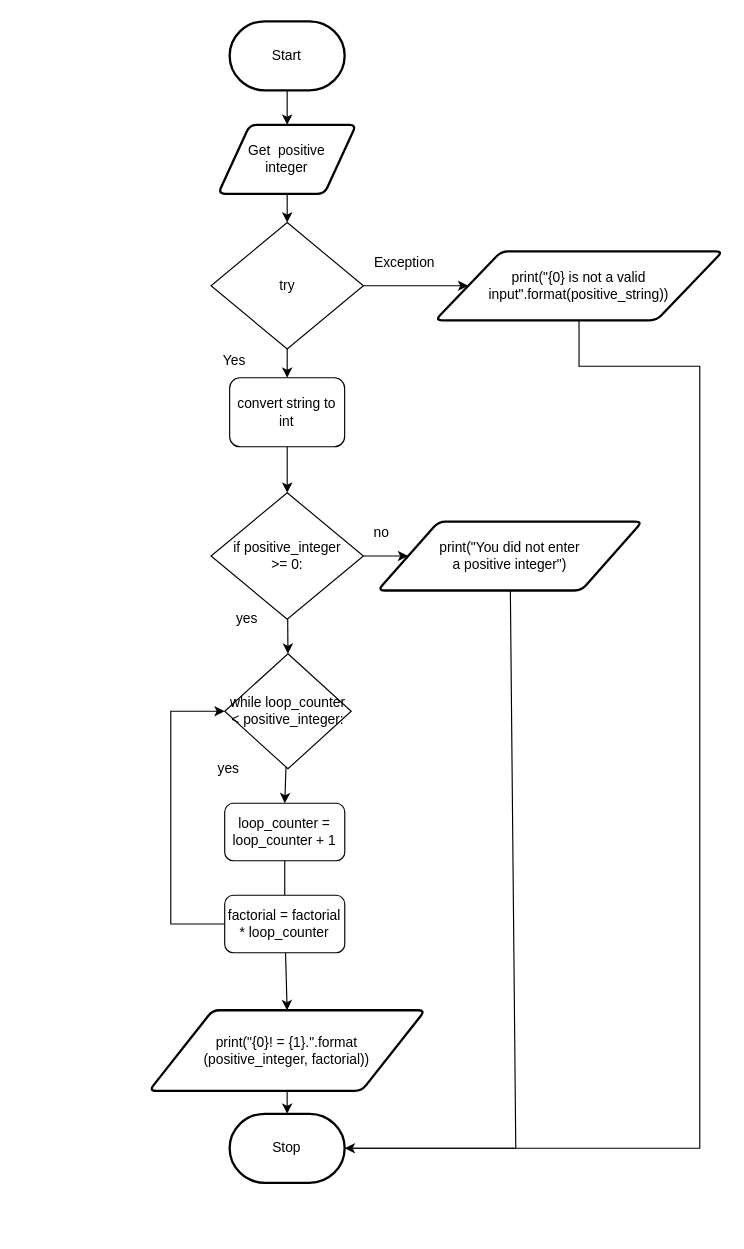
Earlier version of the draw.io diagram design/flowchart.drawio (Emmanuel-Fofeyin/ICS3U-Unit4-03-Python). Source tidied: cells renumbered, new cells numbered last; positions are measured from the earlier drawing's top-left corner, leaving out a move shared by most shapes. Both pictures are drawn from the tidied source at 115%, with x=0, y=0 at pixel (148, 21).
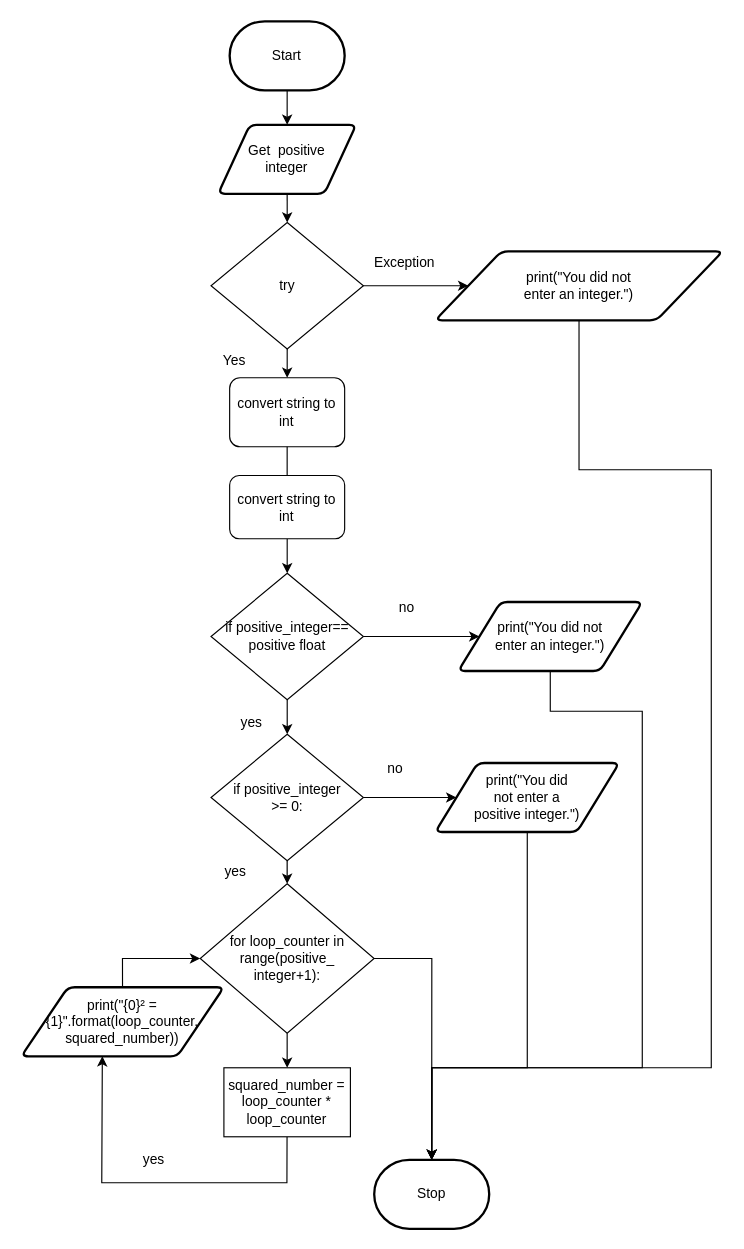
The same page after the edit.

Commit message (it also covers changes not shown here):
flow chart complete

Unchanged cells that the change refers to:
```xml
<mxCell id="12" value="convert string to int" style="rounded=1;whiteSpace=wrap;html=1;" parent="1" vertex="1">
  <mxGeometry x="70.2" y="310" width="100" height="60" as="geometry" />
</mxCell>
```

What changed in the source:
```diff
@@
     <mxCell id="10" value="Stop" style="strokeWidth=2;html=1;shape=mxgraph.flowchart.terminator;whiteSpace=wrap;" parent="1" vertex="1">
-      <mxGeometry x="70.2" y="950" width="100" height="60" as="geometry" />
+      <mxGeometry x="195.9" y="990" width="100" height="60" as="geometry" />
     </mxCell>
-    <mxCell id="11" style="edgeStyle=none;rounded=0;html=1;entryX=0.5;entryY=0;entryDx=0;entryDy=0;" parent="1" edge="1" source="12" target="17">
-      <mxGeometry relative="1" as="geometry" />
-    </mxCell>
@@
+    <mxCell id="33" style="edgeStyle=none;rounded=0;html=1;entryX=0.5;entryY=0;entryDx=0;entryDy=0;entryPerimeter=0;" parent="1" edge="1" source="14" target="10">
+      <mxGeometry relative="1" as="geometry">
+        <Array as="points">
+          <mxPoint x="374" y="340" />
+          <mxPoint x="374" y="390" />
+          <mxPoint x="489" y="390" />
+          <mxPoint x="489" y="910" />
+          <mxPoint x="246" y="910" />
+        </Array>
+      </mxGeometry>
+    </mxCell>
-    <mxCell id="14" value="print(&quot;{0} is not a valid input&quot;.format(positive_string))" style="shape=parallelogram;html=1;strokeWidth=2;perimeter=parallelogramPerimeter;whiteSpace=wrap;rounded=1;arcSize=12;size=0.23;" parent="1" vertex="1">
+    <mxCell id="14" value="print(&quot;You did not &lt;br&gt;enter an integer.&quot;)" style="shape=parallelogram;html=1;strokeWidth=2;perimeter=parallelogramPerimeter;whiteSpace=wrap;rounded=1;arcSize=12;size=0.23;" parent="1" vertex="1">
       <mxGeometry x="249" y="200" width="250" height="60" as="geometry" />
     </mxCell>
-    <mxCell id="15" style="edgeStyle=none;html=1;entryX=0;entryY=0.5;entryDx=0;entryDy=0;" parent="1" edge="1" source="17" target="20">
-      <mxGeometry relative="1" as="geometry" />
-    </mxCell>
@@
+    <mxCell id="34" style="edgeStyle=none;rounded=0;html=1;entryX=0;entryY=0.5;entryDx=0;entryDy=0;" parent="1" edge="1" source="17" target="51">
+      <mxGeometry relative="1" as="geometry" />
+    </mxCell>
     <mxCell id="17" value="if positive_integer &lt;br&gt;&amp;gt;= 0:" style="rhombus;whiteSpace=wrap;html=1;" parent="1" vertex="1">
-      <mxGeometry x="54" y="410" width="132.5" height="110" as="geometry" />
+      <mxGeometry x="54" y="620" width="132.5" height="110" as="geometry" />
     </mxCell>
     <mxCell id="18" value="no" style="text;html=1;align=center;verticalAlign=middle;strokeColor=none;fillColor=none;" parent="1" vertex="1">
-      <mxGeometry x="186.5" y="435" width="30" height="20" as="geometry" />
+      <mxGeometry x="209" y="500" width="30" height="20" as="geometry" />
     </mxCell>
-    <mxCell id="19" style="edgeStyle=none;rounded=0;html=1;entryX=1;entryY=0.5;entryDx=0;entryDy=0;entryPerimeter=0;" parent="1" edge="1" source="20" target="10">
-      <mxGeometry relative="1" as="geometry">
-        <Array as="points">
-          <mxPoint x="319" y="980" />
-        </Array>
-      </mxGeometry>
-    </mxCell>
-    <mxCell id="20" value="print(&quot;You did not enter &lt;br&gt;a positive integer&quot;)" style="shape=parallelogram;html=1;strokeWidth=2;perimeter=parallelogramPerimeter;whiteSpace=wrap;rounded=1;arcSize=12;size=0.23;" parent="1" vertex="1">
-      <mxGeometry x="199" y="435" width="230" height="60" as="geometry" />
-    </mxCell>
-    <mxCell id="21" value="loop_counter = loop_counter + 1" style="rounded=1;whiteSpace=wrap;html=1;" parent="1" vertex="1">
-      <mxGeometry x="65.9" y="680" width="104.4" height="50" as="geometry" />
-    </mxCell>
-    <mxCell id="22" value="yes" style="text;html=1;align=center;verticalAlign=middle;strokeColor=none;fillColor=none;" parent="1" vertex="1">
-      <mxGeometry x="70.2" y="510" width="30" height="20" as="geometry" />
-    </mxCell>
-    <mxCell id="23" style="endArrow=none;html=1;exitX=0.5;exitY=1;exitDx=0;exitDy=0;entryX=0.5;entryY=0;entryDx=0;entryDy=0;" parent="1" edge="1" source="21" target="26">
-      <mxGeometry relative="1" as="geometry" />
-    </mxCell>
-    <mxCell id="24" style="edgeStyle=none;rounded=0;html=1;entryX=0.5;entryY=0;entryDx=0;entryDy=0;" parent="1" edge="1" source="26" target="28">
-      <mxGeometry relative="1" as="geometry" />
-    </mxCell>
+    <mxCell id="35" style="edgeStyle=none;html=1;entryX=0.5;entryY=0;entryDx=0;entryDy=0;" parent="1" edge="1" source="31" target="44">
+      <mxGeometry relative="1" as="geometry" />
+    </mxCell>
+    <mxCell id="36" style="edgeStyle=none;rounded=0;html=1;entryX=0.5;entryY=0;entryDx=0;entryDy=0;entryPerimeter=0;" parent="1" edge="1" source="31" target="10">
+      <mxGeometry relative="1" as="geometry">
+        <Array as="points">
+          <mxPoint x="246" y="815" />
+        </Array>
+      </mxGeometry>
+    </mxCell>
+    <mxCell id="31" value="for loop_counter in range(positive_&lt;br&gt;integer+1):" style="rhombus;whiteSpace=wrap;html=1;" parent="1" vertex="1">
+      <mxGeometry x="44.6" y="750" width="151.2" height="130" as="geometry" />
+    </mxCell>
+    <mxCell id="37" style="edgeStyle=none;html=1;entryX=0.5;entryY=0;entryDx=0;entryDy=0;" parent="1" edge="1" source="25" target="40">
+      <mxGeometry relative="1" as="geometry" />
+    </mxCell>
-    <mxCell id="25" style="edgeStyle=none;html=1;entryX=0;entryY=0.5;entryDx=0;entryDy=0;rounded=0;" parent="1" edge="1" source="26" target="31">
-      <mxGeometry relative="1" as="geometry">
-        <Array as="points">
-          <mxPoint x="19" y="785" />
-          <mxPoint x="19" y="600" />
-        </Array>
-      </mxGeometry>
+    <mxCell id="25" value="convert string to int" style="rounded=1;whiteSpace=wrap;html=1;" parent="1" vertex="1">
+      <mxGeometry x="70.2" y="395" width="100" height="55" as="geometry" />
     </mxCell>
-    <mxCell id="26" value="&lt;span&gt;factorial = factorial * loop_counter&lt;/span&gt;" style="rounded=1;whiteSpace=wrap;html=1;" parent="1" vertex="1">
-      <mxGeometry x="65.9" y="760" width="104.4" height="50" as="geometry" />
-    </mxCell>
-    <mxCell id="27" style="edgeStyle=none;rounded=0;html=1;entryX=0.5;entryY=0;entryDx=0;entryDy=0;entryPerimeter=0;" parent="1" edge="1" source="28" target="10">
-      <mxGeometry relative="1" as="geometry" />
-    </mxCell>
-    <mxCell id="28" value="&lt;span&gt;print(&quot;{0}! = {1}.&quot;.format&lt;/span&gt;&lt;br&gt;&lt;span&gt;(positive_integer, factorial))&lt;/span&gt;" style="shape=parallelogram;html=1;strokeWidth=2;perimeter=parallelogramPerimeter;whiteSpace=wrap;rounded=1;arcSize=12;size=0.23;" parent="1" vertex="1">
-      <mxGeometry x="0.2" y="860" width="240" height="70" as="geometry" />
-    </mxCell>
-    <mxCell id="29" style="endArrow=none;html=1;rounded=0;entryX=0.5;entryY=1;entryDx=0;entryDy=0;exitX=1;exitY=0.5;exitDx=0;exitDy=0;exitPerimeter=0;" parent="1" edge="1" source="10" target="14">
-      <mxGeometry relative="1" as="geometry">
-        <Array as="points">
-          <mxPoint x="359" y="980" />
-          <mxPoint x="479" y="980" />
-          <mxPoint x="479" y="300" />
-          <mxPoint x="374" y="300" />
-        </Array>
-      </mxGeometry>
-    </mxCell>
-    <mxCell id="30" style="edgeStyle=none;html=1;entryX=0.5;entryY=0;entryDx=0;entryDy=0;" parent="1" edge="1" source="31" target="21">
-      <mxGeometry relative="1" as="geometry" />
-    </mxCell>
-    <mxCell id="31" value="while loop_counter &amp;lt; positive_integer:" style="rhombus;whiteSpace=wrap;html=1;" parent="1" vertex="1">
-      <mxGeometry x="65.9" y="550" width="110" height="100" as="geometry" />
-    </mxCell>
-    <mxCell id="32" value="yes" style="text;html=1;align=center;verticalAlign=middle;strokeColor=none;fillColor=none;" parent="1" vertex="1">
-      <mxGeometry x="54" y="640" width="30" height="20" as="geometry" />
-    </mxCell>
+    <mxCell id="38" style="edgeStyle=none;html=1;entryX=0.5;entryY=0;entryDx=0;entryDy=0;" parent="1" edge="1" source="40" target="17">
+      <mxGeometry relative="1" as="geometry" />
+    </mxCell>
+    <mxCell id="39" style="edgeStyle=none;rounded=0;html=1;entryX=0;entryY=0.5;entryDx=0;entryDy=0;" parent="1" edge="1" source="40" target="53">
+      <mxGeometry relative="1" as="geometry" />
+    </mxCell>
+    <mxCell id="40" value="if positive_integer==&lt;br&gt;positive float" style="rhombus;whiteSpace=wrap;html=1;" parent="1" vertex="1">
+      <mxGeometry x="54" y="480" width="132.5" height="110" as="geometry" />
+    </mxCell>
+    <mxCell id="41" style="endArrow=none;html=1;entryX=0.5;entryY=1;entryDx=0;entryDy=0;exitX=0.5;exitY=0;exitDx=0;exitDy=0;" parent="1" edge="1" source="25" target="12">
+      <mxGeometry relative="1" as="geometry" />
+    </mxCell>
+    <mxCell id="42" value="no" style="text;html=1;align=center;verticalAlign=middle;strokeColor=none;fillColor=none;" parent="1" vertex="1">
+      <mxGeometry x="199" y="640" width="30" height="20" as="geometry" />
+    </mxCell>
+    <mxCell id="43" style="edgeStyle=none;html=1;entryX=0.4;entryY=1;entryDx=0;entryDy=0;entryPerimeter=0;rounded=0;" parent="1" edge="1" source="44" target="46">
+      <mxGeometry relative="1" as="geometry">
+        <Array as="points">
+          <mxPoint x="120" y="1010" />
+          <mxPoint x="-41" y="1010" />
+        </Array>
+      </mxGeometry>
+    </mxCell>
+    <mxCell id="44" value="squared_number = loop_counter * loop_counter" style="rounded=0;whiteSpace=wrap;html=1;" parent="1" vertex="1">
+      <mxGeometry x="65.2" y="910" width="110" height="60" as="geometry" />
+    </mxCell>
+    <mxCell id="45" style="edgeStyle=none;rounded=0;html=1;entryX=0;entryY=0.5;entryDx=0;entryDy=0;" parent="1" edge="1" source="46" target="31">
+      <mxGeometry relative="1" as="geometry">
+        <Array as="points">
+          <mxPoint x="-23" y="815" />
+        </Array>
+      </mxGeometry>
+    </mxCell>
+    <mxCell id="46" value="print(&quot;{0}² = {1}&quot;.format(loop_counter, squared_number))" style="shape=parallelogram;html=1;strokeWidth=2;perimeter=parallelogramPerimeter;whiteSpace=wrap;rounded=1;arcSize=12;size=0.23;" parent="1" vertex="1">
+      <mxGeometry x="-111" y="840" width="176.2" height="60" as="geometry" />
+    </mxCell>
+    <mxCell id="47" value="yes" style="text;html=1;align=center;verticalAlign=middle;strokeColor=none;fillColor=none;" parent="1" vertex="1">
+      <mxGeometry x="-11" y="980" width="30" height="20" as="geometry" />
+    </mxCell>
+    <mxCell id="48" value="yes" style="text;html=1;align=center;verticalAlign=middle;strokeColor=none;fillColor=none;" parent="1" vertex="1">
+      <mxGeometry x="74" y="600" width="30" height="20" as="geometry" />
+    </mxCell>
+    <mxCell id="49" value="yes" style="text;html=1;align=center;verticalAlign=middle;strokeColor=none;fillColor=none;" parent="1" vertex="1">
+      <mxGeometry x="60.2" y="730" width="30" height="20" as="geometry" />
+    </mxCell>
+    <mxCell id="50" style="edgeStyle=none;rounded=0;html=1;entryX=0.5;entryY=0;entryDx=0;entryDy=0;entryPerimeter=0;" parent="1" edge="1" source="51" target="10">
+      <mxGeometry relative="1" as="geometry">
+        <Array as="points">
+          <mxPoint x="329" y="910" />
+          <mxPoint x="246" y="910" />
+        </Array>
+      </mxGeometry>
+    </mxCell>
+    <mxCell id="51" value="print(&quot;You did &lt;br&gt;not enter a &lt;br&gt;positive integer.&quot;)" style="shape=parallelogram;html=1;strokeWidth=2;perimeter=parallelogramPerimeter;whiteSpace=wrap;rounded=1;arcSize=12;size=0.23;" parent="1" vertex="1">
+      <mxGeometry x="249" y="645" width="160" height="60" as="geometry" />
+    </mxCell>
+    <mxCell id="52" style="edgeStyle=none;rounded=0;html=1;entryX=0.5;entryY=0;entryDx=0;entryDy=0;entryPerimeter=0;" parent="1" edge="1" source="53" target="10">
+      <mxGeometry relative="1" as="geometry">
+        <Array as="points">
+          <mxPoint x="349" y="600" />
+          <mxPoint x="429" y="600" />
+          <mxPoint x="429" y="910" />
+          <mxPoint x="246" y="910" />
+        </Array>
+      </mxGeometry>
+    </mxCell>
+    <mxCell id="53" value="&lt;div&gt;print(&quot;You did not&lt;/div&gt;&lt;div&gt;enter an integer.&quot;)&lt;/div&gt;" style="shape=parallelogram;html=1;strokeWidth=2;perimeter=parallelogramPerimeter;whiteSpace=wrap;rounded=1;arcSize=12;size=0.23;" parent="1" vertex="1">
+      <mxGeometry x="269" y="505" width="160" height="60" as="geometry" />
+    </mxCell>
```
